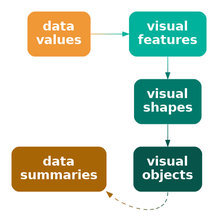
This is Diagrams/data-vis-shape-obj.png from pmur002/hdvw, a Graphviz export, as it was before one commit. Its source is kept beside it as Diagrams/data-vis-shape-obj.dot.
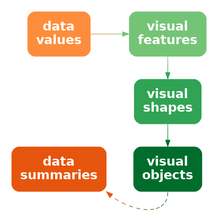
The same file after the commit.

The edit, as a diff of the source:
```diff
@@ -1,18 +1,18 @@
 digraph {
   graph [ rankdir=LR; margin=.2; nodesep=.5 ];
   node [ fontsize=20; fontname="sans bold"; margin=.2 ];
-  data [ label="data\nvalues"; shape=box; style="filled, rounded"; penwidth=0; fontcolor=white; fillcolor="#F09736" ]
-  stat [ label="data\nsummaries"; shape=box; style="filled, rounded"; penwidth=0; fontcolor=white; fillcolor="#A86505" ]
+  data [ label="data\nvalues"; shape=box; style="filled, rounded"; penwidth=0; fontcolor=white; fillcolor="#FD8D3C" ]
+  stat [ label="data\nsummaries"; shape=box; style="filled, rounded"; penwidth=0; fontcolor=white; fillcolor="#E6550D" ]
   vis [ label="visual\nfeatures"; shape=box;
-     style="filled, rounded"; penwidth=0; fontcolor=white; fillcolor="#00B19B" ]
+     style="filled, rounded"; penwidth=0; fontcolor=white; fillcolor="#74C476" ]
   shape [ label="visual\nshapes"; shape=box;
-       style="filled, rounded"; penwidth=0; fontcolor=white; fillcolor="#00796A" ]
+       style="filled, rounded"; penwidth=0; fontcolor=white; fillcolor="#31A354" ]
   obj [ label="visual\nobjects"; shape=box;
-     style="filled, rounded"; penwidth=0; fontcolor=white; fillcolor="#07544A" ]
-  data -> vis [ color="#F09736;0.1:#D59A41;0.1:#BB9D4C;0.1:#A0A058;0.1:#85A363;0.1:#6BA56E;0.1:#50A879;0.1:#35AB85;0.1:#1BAE90;0.1:#00B19B;0.1" ]
-  vis -> shape [ color="#00B19B;0.1:#00AB96;0.1:#00A590;0.1:#009E8B;0.1:#009885;0.1:#009280;0.1:#008C7A;0.1:#008575;0.1:#007F6F;0.1:#00796A;0.1" ]
-  shape -> obj [ color="#00796A;0.1:#017566;0.1:#027163;0.1:#026D5F;0.1:#03695C;0.1:#046458;0.1:#056055;0.1:#055C51;0.1:#06584E;0.1:#07544A;0.1" ]
-  obj:s -> stat:se [ style="dashed", color="#07544A;0.1:#195642;0.1:#2B583B;0.1:#3D5A33;0.1:#4F5C2B;0.1:#605D24;0.1:#725F1C;0.1:#846114;0.1:#96630D;0.1:#A86505;0.1" ]
+     style="filled, rounded"; penwidth=0; fontcolor=white; fillcolor="#006D2C" ]
+  data -> vis [ color="#FD8D3C;0.1:#EE9342;0.1:#DF9949;0.1:#CF9F4F;0.1:#C0A556;0.1:#B1AC5C;0.1:#A2B263;0.1:#92B869;0.1:#83BE70;0.1:#74C476;0.1" ]
+  vis -> shape [ color="#74C476;0.1:#6DC072;0.1:#65BD6E;0.1:#5EB96B;0.1:#56B567;0.1:#4FB263;0.1:#47AE5F;0.1:#40AA5C;0.1:#38A758;0.1:#31A354;0.1" ]
+  shape -> obj [ color="#31A354;0.1:#2C9D50;0.1:#26974B;0.1:#219147;0.1:#1B8B42;0.1:#16853E;0.1:#107F39;0.1:#0B7935;0.1:#057330;0.1:#006D2C;0.1" ]
+  obj:s -> stat:se [ style="dashed", color="#006D2C;0.1:#1A6A29;0.1:#336825;0.1:#4D6522;0.1:#66621E;0.1:#80601B;0.1:#995D17;0.1:#B35A14;0.1:#CC5810;0.1:#E6550D;0.1" ]
 { rank=same; data, stat }
 { rank=same; vis, shape, obj }
 }
```
